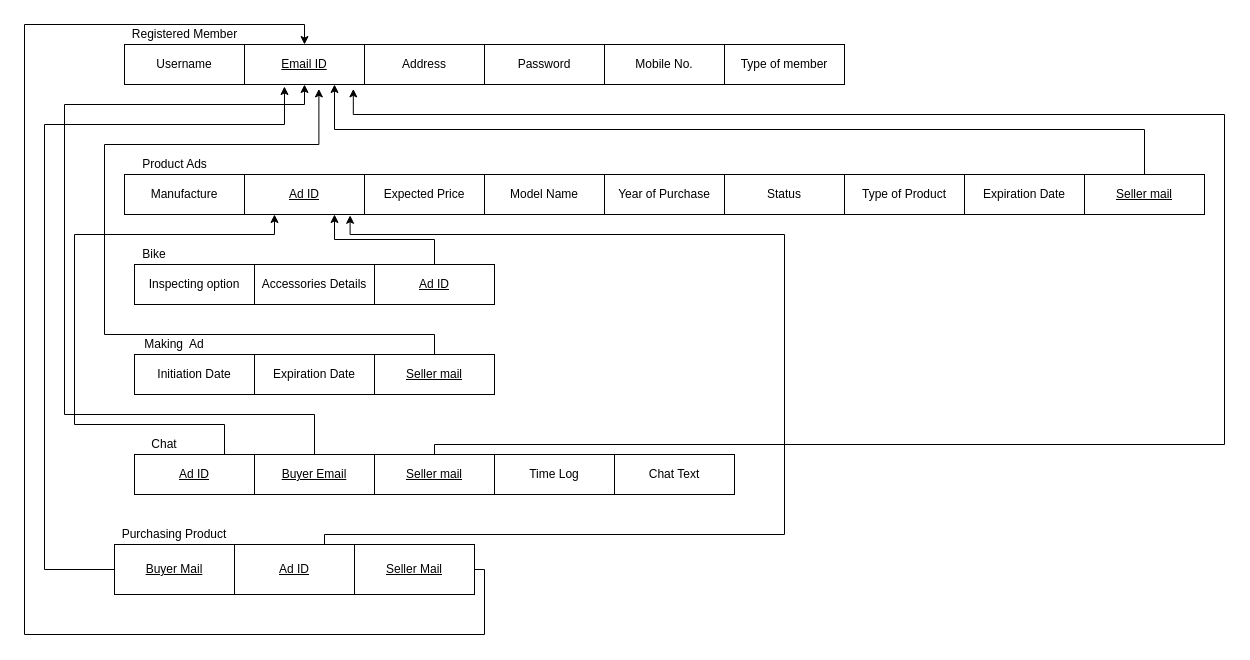
The draw.io diagram e03/Untitled Diagram.drawio in Hu4k3n/dbms_lab_s5, before the edit. Source tidied: cells renumbered, new cells numbered last; positions are measured from the earlier drawing's top-left corner, leaving out a move shared by most shapes. Both pictures are drawn from the tidied source at 100%, with x=0, y=0 at pixel (24, 24).
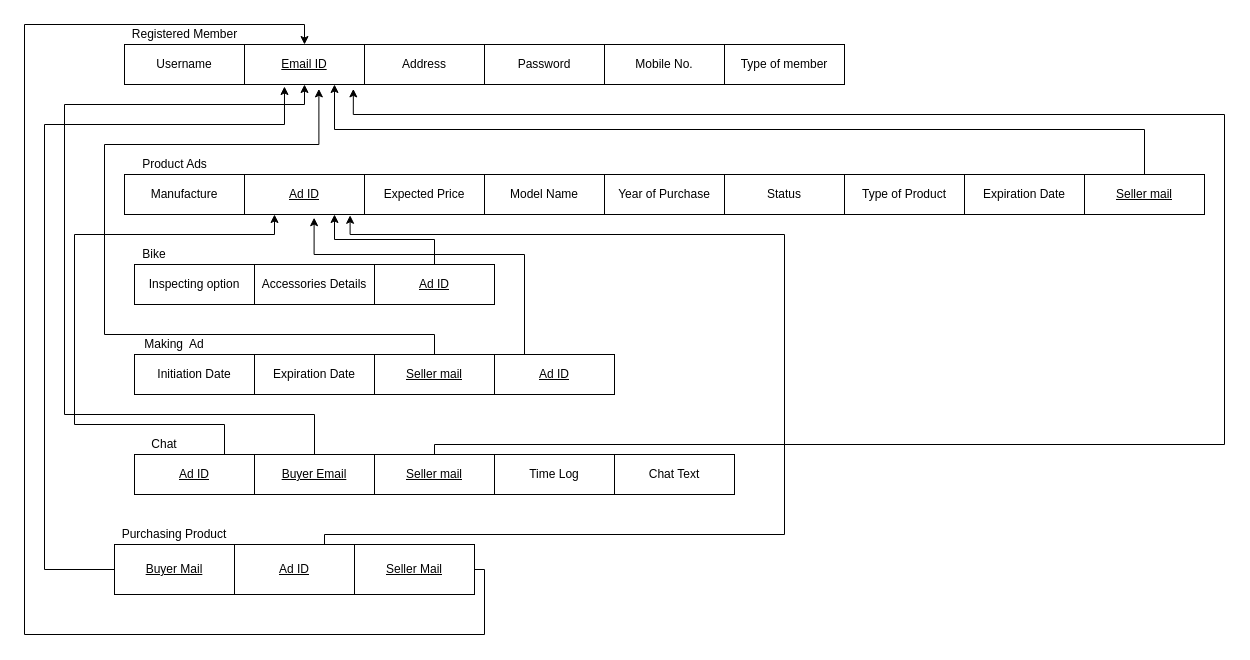
After the change.

Unchanged cells that the change refers to:
```xml
<mxCell id="10" value="&lt;u&gt;Ad ID&lt;/u&gt;" style="rounded=0;whiteSpace=wrap;html=1;" parent="1" vertex="1">
  <mxGeometry x="220" y="150" width="120" height="40" as="geometry" />
</mxCell>
```

What changed in the source:
```diff
@@
+    <mxCell id="46" style="edgeStyle=orthogonalEdgeStyle;rounded=0;jettySize=auto;html=1;exitX=0.25;exitY=0;exitDx=0;exitDy=0;entryX=0.58;entryY=1.08;entryDx=0;entryDy=0;entryPerimeter=0;" parent="1" edge="1" source="47" target="10">
+      <mxGeometry relative="1" as="geometry">
+        <Array as="points">
+          <mxPoint x="500" y="230" />
+          <mxPoint x="290" y="230" />
+        </Array>
+      </mxGeometry>
+    </mxCell>
+    <mxCell id="47" value="&lt;u&gt;Ad ID&lt;/u&gt;" style="rounded=0;whiteSpace=wrap;html=1;" parent="1" vertex="1">
+      <mxGeometry x="470" y="330" width="120" height="40" as="geometry" />
+    </mxCell>
```
